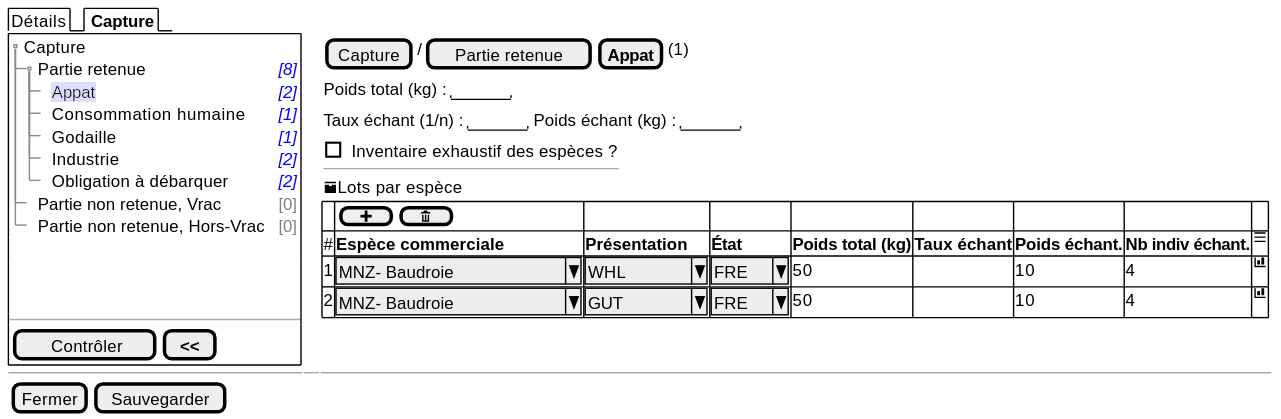
This is projects/obsmer/spe/images/batch/batch-tree-PR-BAI.svg from sumaris-net/sumaris-doc, a PlantUML export, as it was before one commit.
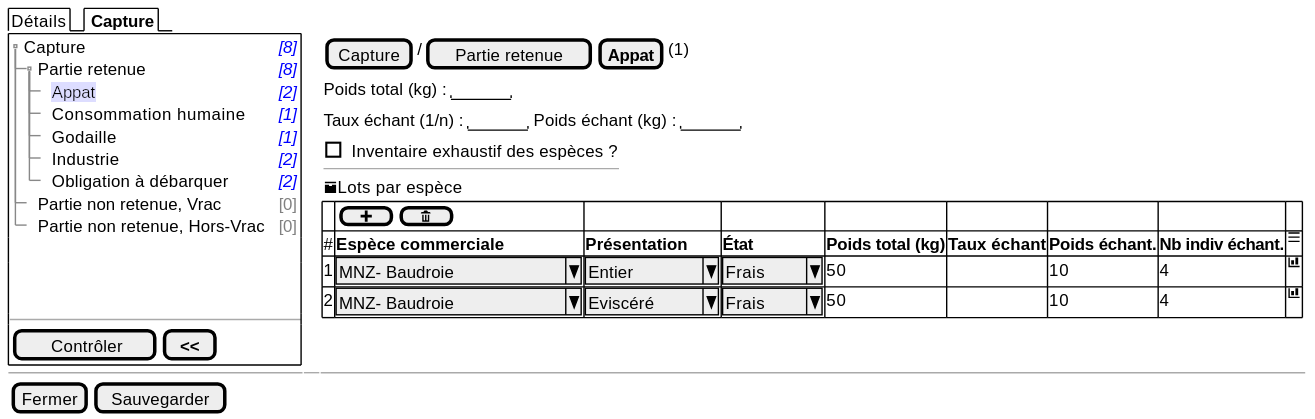
The same diagram one commit later.

The edit, as a diff of the source:
```diff
@@ -3,7 +3,7 @@
   {/ Détails | <b> Capture }
   {+
    {T
-       + Capture    | .
+       + Capture    | <i><color:blue>[8]
        ++ Partie retenue       | <i><color:blue>[8]
        +++ <back:#DDF>Appat | <i><color:blue>[2]
        +++ Consommation humaine | <i><color:blue>[1]
@@ -36,8 +36,8 @@
     {#
           . | {[ <&plus> ] | [ <&trash> ] } | . | . | . | . | . | .
           # | <b>Espèce commerciale  | <b>Présentation | <b>État | <b>Poids total (kg)     |  <b>Taux échant  | <b>Poids échant. | <b>Nb indiv échant. | <&menu>
-          1 | ^MNZ- Baudroie       ^ | ^     WHL ^ | ^ FRE ^ | 50   |  .   |   10          | 4 | <&bar-chart>
-          2 | ^MNZ- Baudroie       ^ | ^     GUT ^ | ^ FRE ^ | 50   |  .   |   10          | 4 | <&bar-chart>
+          1 | ^MNZ- Baudroie       ^ | ^ Entier   ^ | ^ Frais ^ | 50   |  .   |   10          | 4 | <&bar-chart>
+          2 | ^MNZ- Baudroie       ^ | ^ Eviscéré ^ | ^ Frais ^ | 50   |  .   |   10          | 4 | <&bar-chart>
         }
   }
 
```
